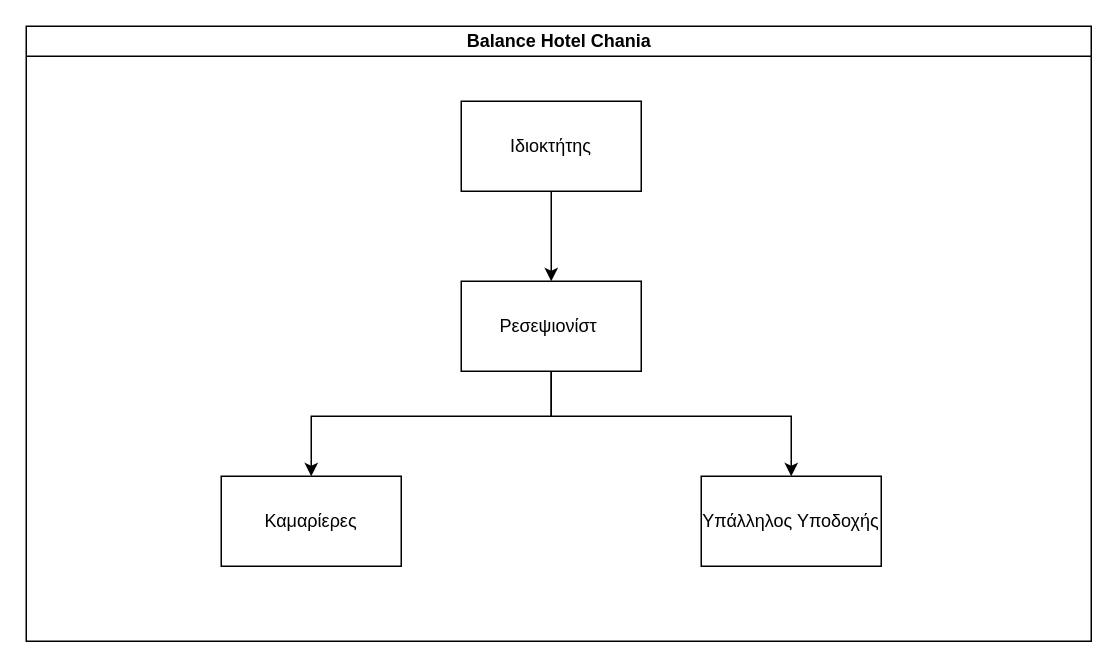
Above: Κυρίως Αναφορά/Images/organization_diagram_2.1.drawio in AlexanderStavrop/Requirement-Analysis-and-Systems-Design-using-UML (draw.io), before the change. Source tidied: cells renumbered, new cells numbered last; positions are measured from the earlier drawing's top-left corner, leaving out a move shared by most shapes. Both pictures are drawn from the tidied source at 150%, with x=0, y=0 at pixel (26, 26).
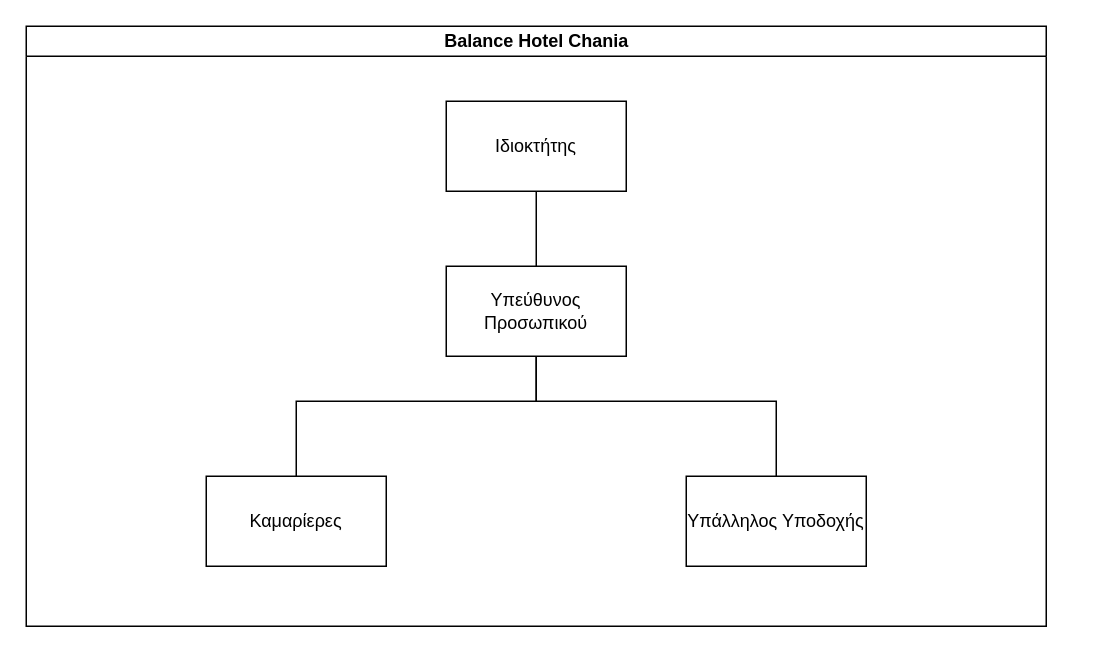
After the change.

The edit, as a diff of the source:
```diff
@@
 <mxGraphModel>
   <root>
     <mxCell id="0" />
     <mxCell id="1" parent="0" />
     <mxCell id="2" value="Balance Hotel Chania" style="swimlane;html=1;startSize=20;horizontal=1;containerType=tree;glass=0;" parent="1" vertex="1">
-      <mxGeometry width="710" height="410" as="geometry" />
+      <mxGeometry width="680" height="400" as="geometry" />
     </mxCell>
     <mxCell id="3" value="Υπάλληλος Υποδοχής" style="rounded=0;whiteSpace=wrap;html=1;" parent="2" vertex="1">
-      <mxGeometry x="450" y="300" width="120" height="60" as="geometry" />
+      <mxGeometry x="440" y="300" width="120" height="60" as="geometry" />
     </mxCell>
-    <mxCell id="4" style="edgeStyle=orthogonalEdgeStyle;rounded=0;jettySize=auto;html=1;exitX=0.5;exitY=1;exitDx=0;exitDy=0;entryX=0.5;entryY=0;entryDx=0;entryDy=0;" parent="2" edge="1" source="5" target="9">
-      <mxGeometry relative="1" as="geometry" />
-    </mxCell>
     <mxCell id="5" value="Ιδιοκτήτης" style="rounded=0;whiteSpace=wrap;html=1;" parent="2" vertex="1">
-      <mxGeometry x="290" y="50" width="120" height="60" as="geometry" />
+      <mxGeometry x="280" y="50" width="120" height="60" as="geometry" />
     </mxCell>
+    <mxCell id="9" value="Υπεύθυνος Προσωπικού" style="rounded=0;whiteSpace=wrap;html=1;" parent="2" vertex="1">
+      <mxGeometry x="280" y="160" width="120" height="60" as="geometry" />
+    </mxCell>
+    <mxCell id="10" style="endArrow=none;html=1;rounded=0;entryX=0.5;entryY=1;entryDx=0;entryDy=0;" parent="2" edge="1" source="9" target="5">
+      <mxGeometry relative="1" as="geometry" />
+    </mxCell>
     <mxCell id="6" value="Καμαρίερες" style="rounded=0;whiteSpace=wrap;html=1;" parent="2" vertex="1">
-      <mxGeometry x="130" y="300" width="120" height="60" as="geometry" />
+      <mxGeometry x="120" y="300" width="120" height="60" as="geometry" />
     </mxCell>
-    <mxCell id="7" style="edgeStyle=orthogonalEdgeStyle;rounded=0;jettySize=auto;html=1;" parent="2" edge="1" source="9" target="6">
-      <mxGeometry relative="1" as="geometry">
-        <Array as="points">
-          <mxPoint x="350" y="260" />
-          <mxPoint x="190" y="260" />
-        </Array>
-      </mxGeometry>
-    </mxCell>
+    <mxCell id="11" style="endArrow=none;html=1;rounded=0;exitX=0.5;exitY=0;exitDx=0;exitDy=0;entryX=0.5;entryY=1;entryDx=0;entryDy=0;" parent="2" edge="1" source="6" target="9">
+      <mxGeometry relative="1" as="geometry">
+        <Array as="points">
+          <mxPoint x="180" y="250" />
+          <mxPoint x="340" y="250" />
+        </Array>
+      </mxGeometry>
+    </mxCell>
-    <mxCell id="8" style="edgeStyle=orthogonalEdgeStyle;rounded=0;jettySize=auto;html=1;" parent="2" edge="1" source="9" target="3">
+    <mxCell id="8" style="endArrow=none;html=1;rounded=0;exitX=0.5;exitY=1;exitDx=0;exitDy=0;entryX=0.5;entryY=0;entryDx=0;entryDy=0;" parent="2" edge="1" source="9" target="3">
       <mxGeometry relative="1" as="geometry">
         <Array as="points">
-          <mxPoint x="350" y="260" />
-          <mxPoint x="510" y="260" />
+          <mxPoint x="340" y="250" />
+          <mxPoint x="500" y="250" />
         </Array>
       </mxGeometry>
     </mxCell>
-    <mxCell id="9" value="Ρεσεψιονίστ&amp;nbsp;" style="rounded=0;whiteSpace=wrap;html=1;" parent="2" vertex="1">
-      <mxGeometry x="290" y="170" width="120" height="60" as="geometry" />
-    </mxCell>
   </root>
 </mxGraphModel>
```
